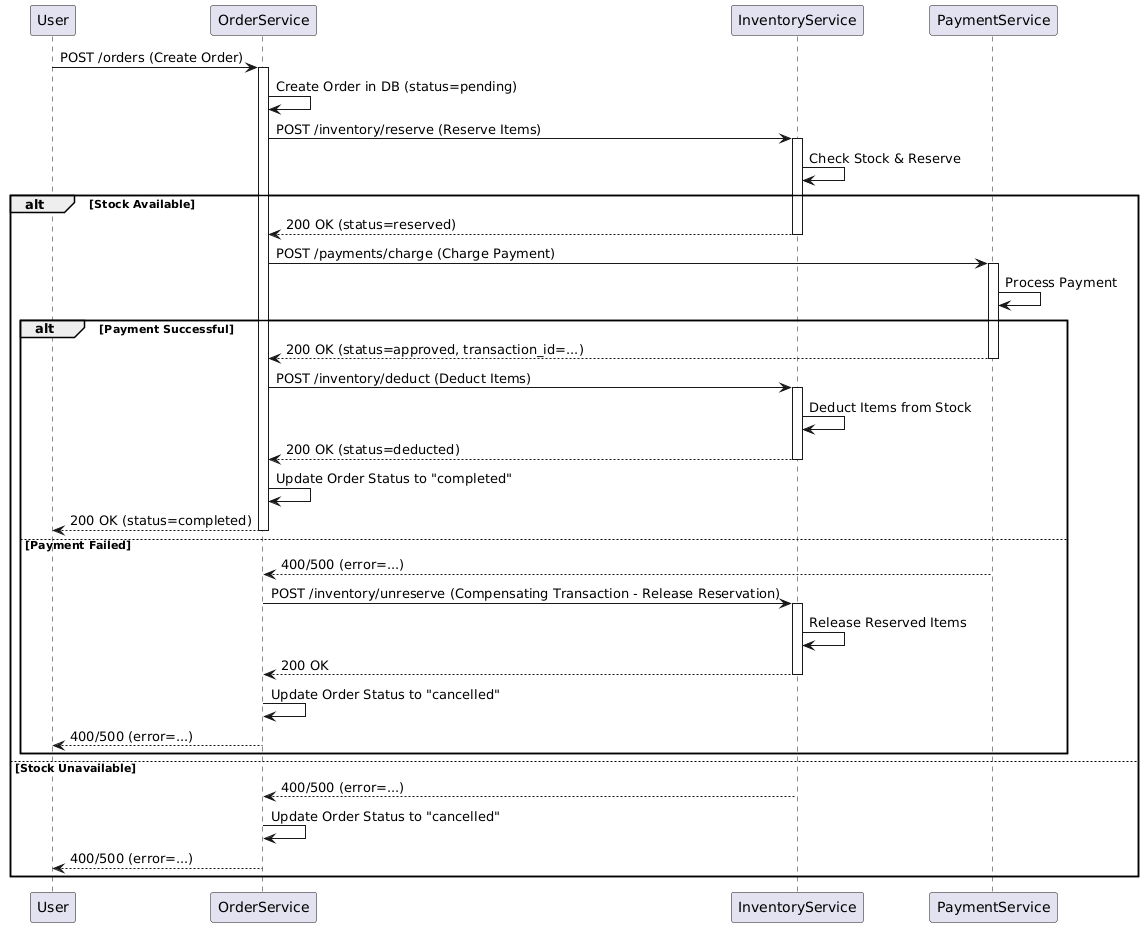
Kaplina-AS/Architect keeps this PlantUML diagram as seq7.png. Above is the earlier version. Its diagram source:
```plantuml
@startuml
participant User
participant OrderService
participant InventoryService
participant PaymentService

User -> OrderService: POST /orders (Create Order)
activate OrderService

OrderService -> OrderService: Create Order in DB (status=pending)
OrderService -> InventoryService: POST /inventory/reserve (Reserve Items)
activate InventoryService

InventoryService -> InventoryService: Check Stock & Reserve
alt Stock Available
    InventoryService --> OrderService: 200 OK (status=reserved)
    deactivate InventoryService
    OrderService -> PaymentService: POST /payments/charge (Charge Payment)
    activate PaymentService
    PaymentService -> PaymentService: Process Payment
    alt Payment Successful
        PaymentService --> OrderService: 200 OK (status=approved, transaction_id=...)
        deactivate PaymentService
        OrderService -> InventoryService: POST /inventory/deduct (Deduct Items)
        activate InventoryService
        InventoryService -> InventoryService: Deduct Items from Stock
        InventoryService --> OrderService: 200 OK (status=deducted)
        deactivate InventoryService
        OrderService -> OrderService: Update Order Status to "completed"
        OrderService --> User: 200 OK (status=completed)
        deactivate OrderService
    else Payment Failed
        PaymentService --> OrderService: 400/500 (error=...)
        deactivate PaymentService
        OrderService -> InventoryService: POST /inventory/unreserve (Compensating Transaction - Release Reservation)
        activate InventoryService
        InventoryService -> InventoryService: Release Reserved Items
        InventoryService --> OrderService: 200 OK
        deactivate InventoryService
        OrderService -> OrderService: Update Order Status to "cancelled"
        OrderService --> User: 400/500 (error=...)
        deactivate OrderService

    end
else Stock Unavailable
    InventoryService --> OrderService: 400/500 (error=...)
    deactivate InventoryService
    OrderService -> OrderService: Update Order Status to "cancelled"
    OrderService --> User: 400/500 (error=...)
    deactivate OrderService
end
@enduml
```
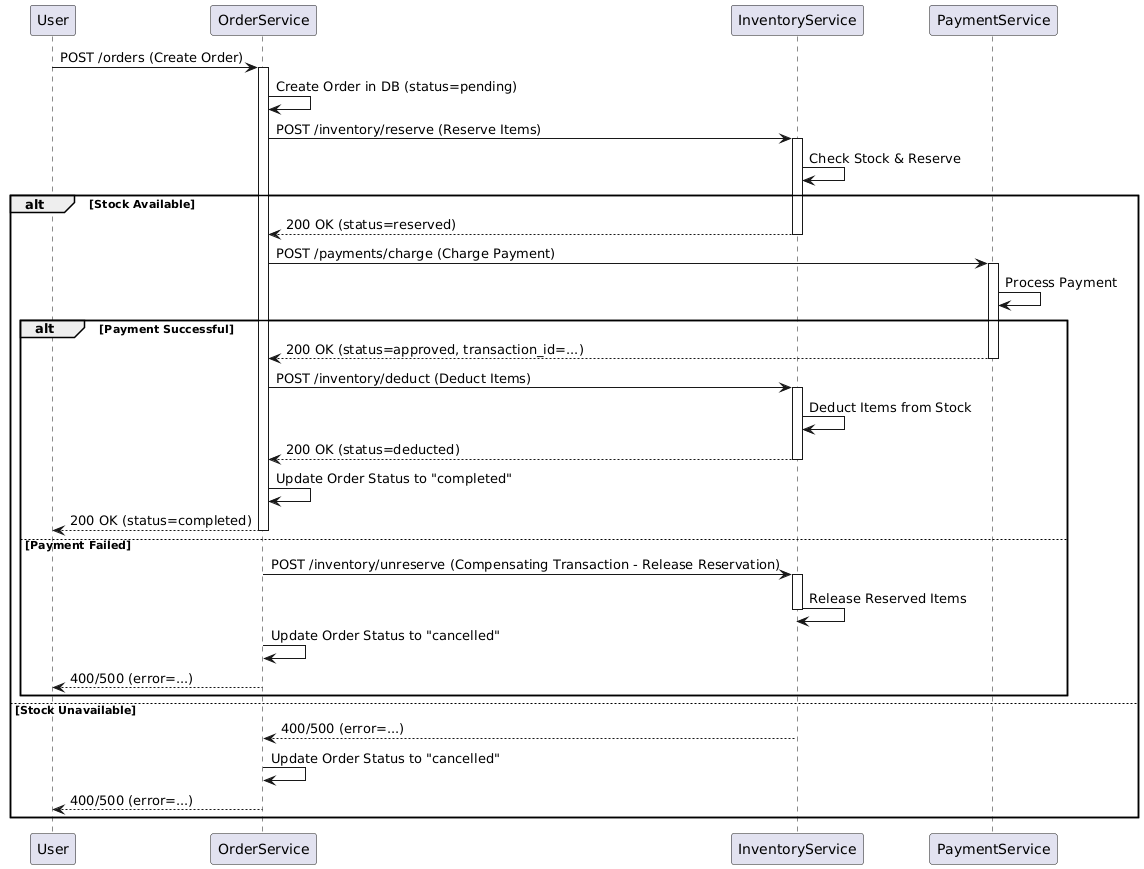
After the commit.

Diff of the diagram source:
```diff
@@ -30,12 +30,10 @@
         OrderService --> User: 200 OK (status=completed)
         deactivate OrderService
     else Payment Failed
-        PaymentService --> OrderService: 400/500 (error=...)
         deactivate PaymentService
         OrderService -> InventoryService: POST /inventory/unreserve (Compensating Transaction - Release Reservation)
         activate InventoryService
         InventoryService -> InventoryService: Release Reserved Items
-        InventoryService --> OrderService: 200 OK
         deactivate InventoryService
         OrderService -> OrderService: Update Order Status to "cancelled"
         OrderService --> User: 400/500 (error=...)
```
